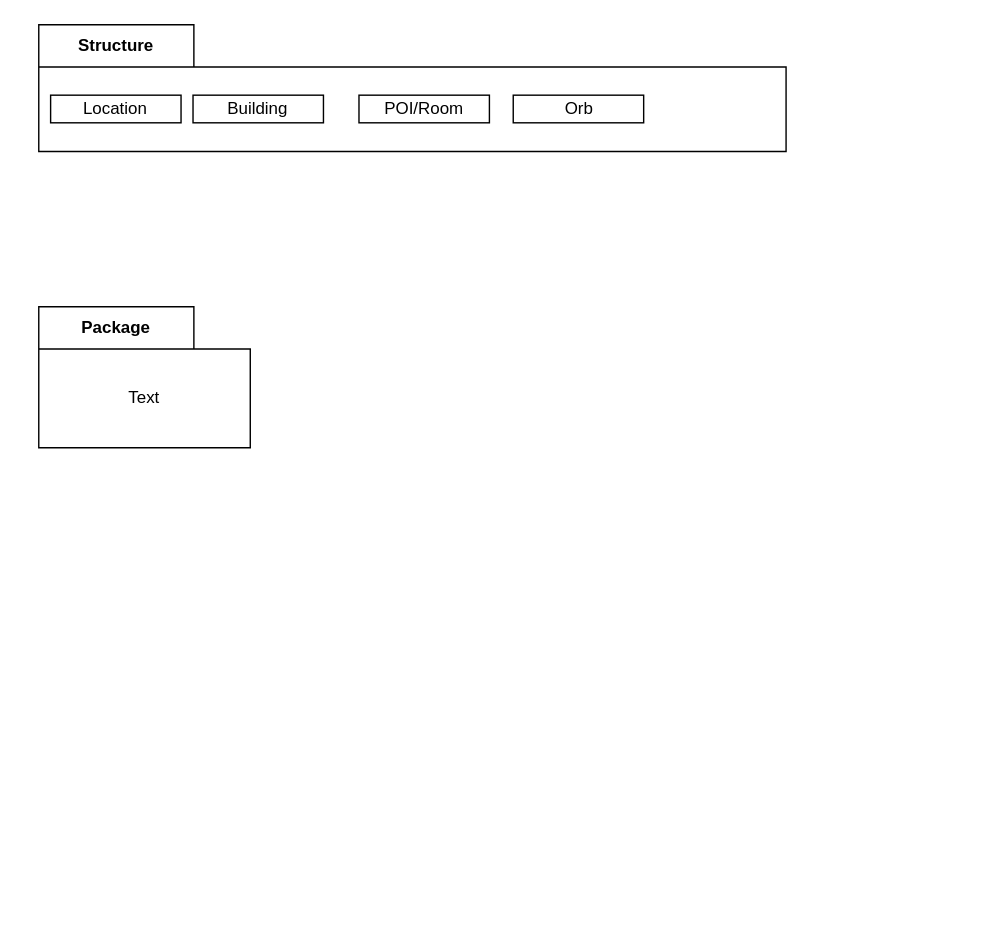
Earlier version of the draw.io diagram ProjectArchitecture.drawio (phyllomenous/PM3_DomainModel). Source tidied: cells renumbered, new cells numbered last; positions are measured from the earlier drawing's top-left corner, leaving out a move shared by most shapes. Both pictures are drawn from the tidied source at 141%, with x=0, y=0 at pixel (38, 24).
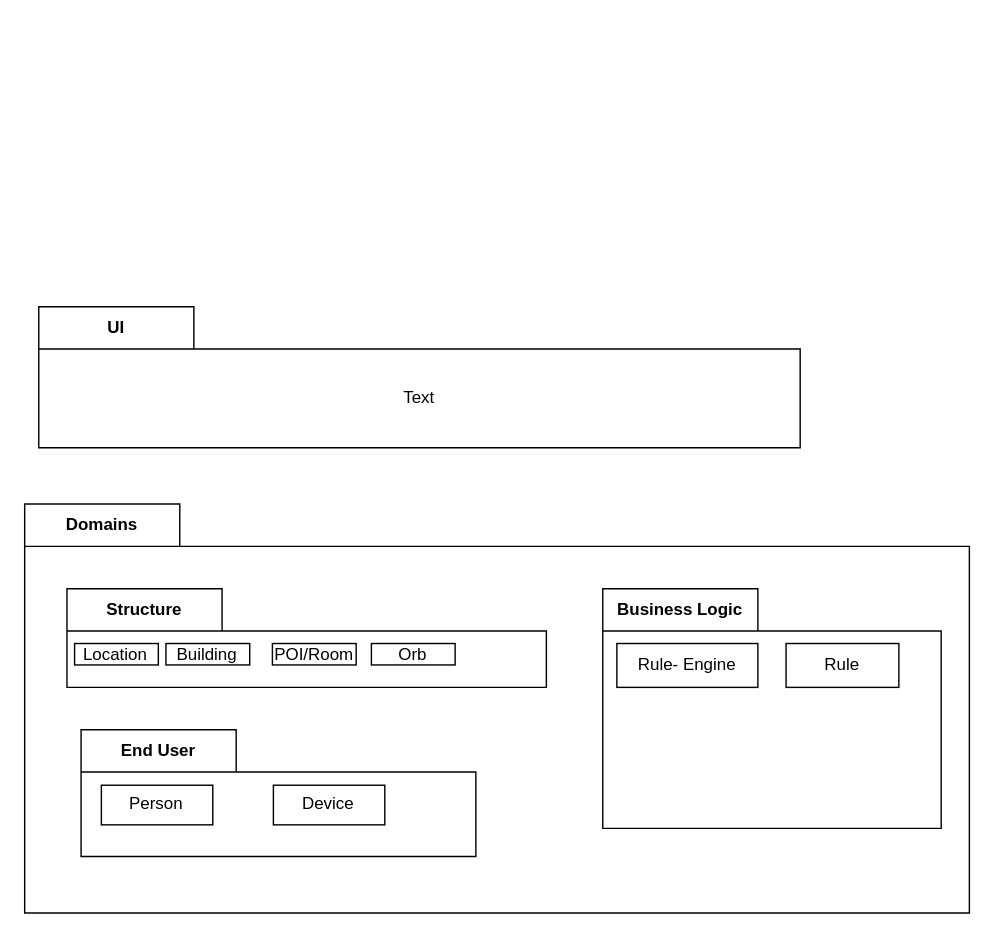
The same page after the edit.

Diff of the diagram source:
```diff
@@
+    <mxCell id="8" value="UI" style="shape=folder;fontStyle=1;tabWidth=110;tabHeight=30;tabPosition=left;html=1;boundedLbl=1;labelInHeader=1;whiteSpace=wrap;" parent="1" vertex="1">
+      <mxGeometry y="200" width="540" height="100" as="geometry" />
+    </mxCell>
+    <mxCell id="9" value="Text" style="html=1;strokeColor=none;fillColor=none;whiteSpace=wrap;" parent="8" vertex="1">
+      <mxGeometry width="540" height="70" relative="1" as="geometry">
+        <mxPoint y="30" as="offset" />
+      </mxGeometry>
+    </mxCell>
+    <mxCell id="10" value="Domains" style="shape=folder;fontStyle=1;tabWidth=110;tabHeight=30;tabPosition=left;html=1;boundedLbl=1;labelInHeader=1;whiteSpace=wrap;" parent="1" vertex="1">
+      <mxGeometry x="-10" y="340" width="670" height="290" as="geometry" />
+    </mxCell>
+    <mxCell id="11" style="html=1;strokeColor=none;fillColor=none;whiteSpace=wrap;" parent="10" vertex="1">
+      <mxGeometry width="670" height="203" relative="1" as="geometry">
+        <mxPoint y="30" as="offset" />
+      </mxGeometry>
+    </mxCell>
-    <mxCell id="2" value="Structure" style="shape=folder;fontStyle=1;tabWidth=110;tabHeight=30;tabPosition=left;html=1;boundedLbl=1;labelInHeader=1;whiteSpace=wrap;" parent="1" vertex="1">
-      <mxGeometry width="530" height="90" as="geometry" />
+    <mxCell id="2" value="Structure" style="shape=folder;fontStyle=1;tabWidth=110;tabHeight=30;tabPosition=left;html=1;boundedLbl=1;labelInHeader=1;whiteSpace=wrap;" parent="10" vertex="1">
+      <mxGeometry x="30" y="60" width="340" height="70" as="geometry" />
     </mxCell>
     <mxCell id="3" style="html=1;strokeColor=none;fillColor=none;whiteSpace=wrap;" parent="2" vertex="1">
-      <mxGeometry width="530" height="41.54" relative="1" as="geometry">
+      <mxGeometry width="340" height="32.31" relative="1" as="geometry">
         <mxPoint y="30" as="offset" />
       </mxGeometry>
     </mxCell>
     <mxCell id="4" value="Building" style="html=1;whiteSpace=wrap;" parent="2" vertex="1">
-      <mxGeometry x="109.4" y="50" width="92.5" height="19.6" as="geometry" />
+      <mxGeometry x="70.2" y="38.9" width="59.4" height="15.2" as="geometry" />
     </mxCell>
     <mxCell id="5" value="POI/Room" style="html=1;whiteSpace=wrap;" parent="2" vertex="1">
-      <mxGeometry x="227.1" y="50" width="92.5" height="19.6" as="geometry" />
+      <mxGeometry x="145.7" y="38.9" width="59.4" height="15.2" as="geometry" />
     </mxCell>
     <mxCell id="6" value="Location" style="html=1;whiteSpace=wrap;" parent="2" vertex="1">
-      <mxGeometry x="8.4" y="50" width="92.5" height="19.6" as="geometry" />
+      <mxGeometry x="5.4" y="38.9" width="59.4" height="15.2" as="geometry" />
     </mxCell>
     <mxCell id="7" value="Orb" style="html=1;whiteSpace=wrap;" parent="2" vertex="1">
-      <mxGeometry x="336.5" y="50" width="92.5" height="19.6" as="geometry" />
+      <mxGeometry x="215.9" y="38.9" width="59.4" height="15.2" as="geometry" />
     </mxCell>
-    <mxCell id="8" value="Package" style="shape=folder;fontStyle=1;tabWidth=110;tabHeight=30;tabPosition=left;html=1;boundedLbl=1;labelInHeader=1;whiteSpace=wrap;" parent="1" vertex="1">
-      <mxGeometry y="200" width="150" height="100" as="geometry" />
-    </mxCell>
-    <mxCell id="9" value="Text" style="html=1;strokeColor=none;fillColor=none;whiteSpace=wrap;" parent="8" vertex="1">
-      <mxGeometry width="150" height="70" relative="1" as="geometry">
-        <mxPoint y="30" as="offset" />
-      </mxGeometry>
-    </mxCell>
+    <mxCell id="12" value="&lt;div&gt;Business Logic&lt;/div&gt;" style="shape=folder;fontStyle=1;tabWidth=110;tabHeight=30;tabPosition=left;html=1;boundedLbl=1;labelInHeader=1;whiteSpace=wrap;" parent="10" vertex="1">
+      <mxGeometry x="410" y="60" width="240" height="170" as="geometry" />
+    </mxCell>
+    <mxCell id="13" style="html=1;strokeColor=none;fillColor=none;whiteSpace=wrap;" parent="12" vertex="1">
+      <mxGeometry width="240" height="119" relative="1" as="geometry">
+        <mxPoint y="30" as="offset" />
+      </mxGeometry>
+    </mxCell>
+    <mxCell id="14" value="Rule- Engine" style="html=1;whiteSpace=wrap;" parent="12" vertex="1">
+      <mxGeometry x="10" y="38.9" width="100" height="31.1" as="geometry" />
+    </mxCell>
+    <mxCell id="15" value="Rule" style="html=1;whiteSpace=wrap;" parent="12" vertex="1">
+      <mxGeometry x="130" y="38.9" width="80" height="31.1" as="geometry" />
+    </mxCell>
+    <mxCell id="16" value="End User" style="shape=folder;fontStyle=1;tabWidth=110;tabHeight=30;tabPosition=left;html=1;boundedLbl=1;labelInHeader=1;whiteSpace=wrap;" parent="10" vertex="1">
+      <mxGeometry x="40" y="160" width="280" height="90" as="geometry" />
+    </mxCell>
+    <mxCell id="17" style="html=1;strokeColor=none;fillColor=none;whiteSpace=wrap;" parent="16" vertex="1">
+      <mxGeometry width="280" height="81.56" relative="1" as="geometry">
+        <mxPoint y="30" as="offset" />
+      </mxGeometry>
+    </mxCell>
+    <mxCell id="18" value="Person" style="html=1;whiteSpace=wrap;" parent="16" vertex="1">
+      <mxGeometry x="14.4" y="39.4" width="79" height="28.1" as="geometry" />
+    </mxCell>
+    <mxCell id="19" value="Device" style="html=1;whiteSpace=wrap;" parent="16" vertex="1">
+      <mxGeometry x="136.4" y="39.4" width="79" height="28.1" as="geometry" />
+    </mxCell>
```
